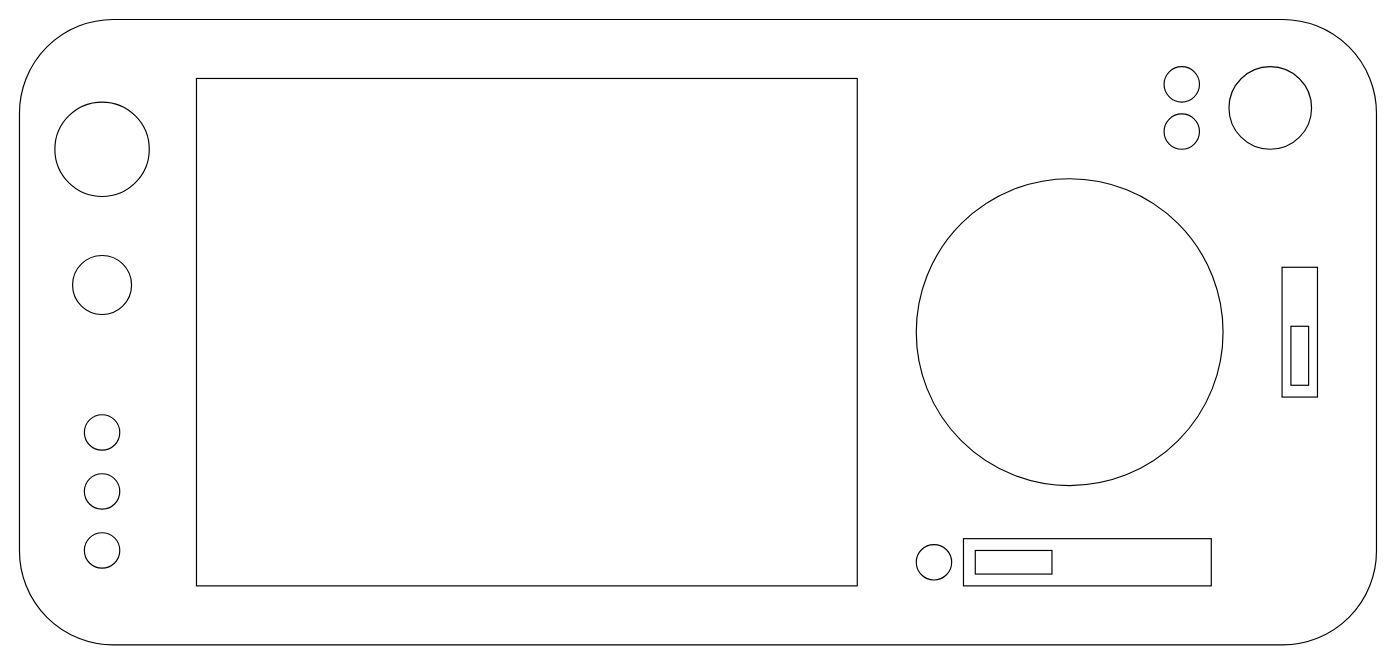
Before: Hardware/Requirements/FSE Device Sketch.drawio in memphis242/FrequencySensorEmulator, a draw.io diagram. Source tidied: cells renumbered, new cells numbered last; positions are measured from the earlier drawing's top-left corner, leaving out a move shared by most shapes. Both pictures are drawn from the tidied source at 118%, with x=0, y=0 at pixel (19, 19).
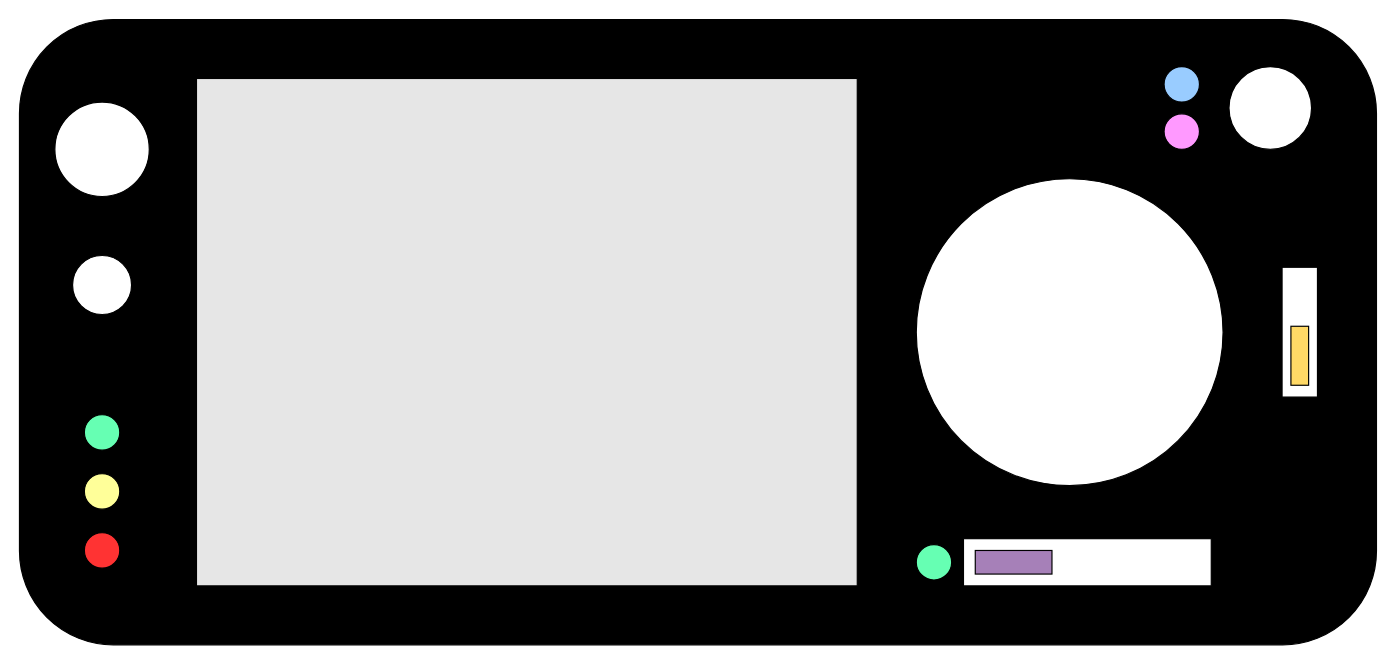
The same page after the edit.

Commit message:
Add some colors to sketch

Unchanged cells that the change refers to:
```xml
<mxCell id="7" style="group;" parent="1" vertex="1">
  <mxGeometry x="1070" y="210" width="30" height="110" as="geometry" />
</mxCell>
<mxCell id="10" style="group;" parent="1" vertex="1">
  <mxGeometry x="760" y="440" width="250" height="40" as="geometry" />
</mxCell>
<mxCell id="14" style="group;" parent="1" vertex="1">
  <mxGeometry x="970" y="40" width="125" height="70" as="geometry" />
</mxCell>
<mxCell id="18" style="group;" parent="1" vertex="1">
  <mxGeometry x="55" y="335" width="30" height="130" as="geometry" />
</mxCell>
```

Change to the diagram source:
```diff
@@
-    <mxCell id="2" style="rounded=1;whiteSpace=wrap;html=1;" parent="1" vertex="1">
+    <mxCell id="2" style="rounded=1;whiteSpace=wrap;html=1;fillColor=#000000;" parent="1" vertex="1">
       <mxGeometry width="1150" height="530" as="geometry" />
     </mxCell>
-    <mxCell id="3" style="rounded=0;whiteSpace=wrap;html=1;" parent="1" vertex="1">
+    <mxCell id="3" style="rounded=0;whiteSpace=wrap;html=1;fillColor=#E6E6E6;" parent="1" vertex="1">
       <mxGeometry x="150" y="50" width="560" height="430" as="geometry" />
     </mxCell>
@@
-    <mxCell id="9" style="rounded=0;whiteSpace=wrap;html=1;" parent="7" vertex="1">
+    <mxCell id="9" style="rounded=0;whiteSpace=wrap;html=1;fillColor=#FFD966;" parent="7" vertex="1">
       <mxGeometry x="7.5" y="50" width="15" height="50" as="geometry" />
     </mxCell>
@@
-    <mxCell id="12" style="rounded=0;whiteSpace=wrap;html=1;" parent="10" vertex="1">
+    <mxCell id="12" style="rounded=0;whiteSpace=wrap;html=1;fillColor=#A680B8;" parent="10" vertex="1">
       <mxGeometry x="50" y="10" width="65" height="20" as="geometry" />
     </mxCell>
-    <mxCell id="13" style="ellipse;whiteSpace=wrap;html=1;" parent="10" vertex="1">
+    <mxCell id="13" style="ellipse;whiteSpace=wrap;html=1;fillColor=#66FFB3;" parent="10" vertex="1">
       <mxGeometry y="5" width="30" height="30" as="geometry" />
     </mxCell>
@@
-    <mxCell id="16" style="ellipse;whiteSpace=wrap;html=1;" parent="14" vertex="1">
+    <mxCell id="16" style="ellipse;whiteSpace=wrap;html=1;fillColor=#99CCFF;" parent="14" vertex="1">
       <mxGeometry width="30" height="30" as="geometry" />
     </mxCell>
-    <mxCell id="17" style="ellipse;whiteSpace=wrap;html=1;" parent="14" vertex="1">
+    <mxCell id="17" style="ellipse;whiteSpace=wrap;html=1;fillColor=#FF99FF;" parent="14" vertex="1">
       <mxGeometry y="40" width="30" height="30" as="geometry" />
     </mxCell>
@@
-    <mxCell id="19" style="ellipse;whiteSpace=wrap;html=1;" parent="18" vertex="1">
+    <mxCell id="19" style="ellipse;whiteSpace=wrap;html=1;fillColor=#66FFB3;" parent="18" vertex="1">
       <mxGeometry width="30" height="30" as="geometry" />
     </mxCell>
-    <mxCell id="20" style="ellipse;whiteSpace=wrap;html=1;" parent="18" vertex="1">
+    <mxCell id="20" style="ellipse;whiteSpace=wrap;html=1;fillColor=#FFFF99;" parent="18" vertex="1">
       <mxGeometry y="50" width="30" height="30" as="geometry" />
     </mxCell>
-    <mxCell id="21" style="ellipse;whiteSpace=wrap;html=1;" parent="18" vertex="1">
+    <mxCell id="21" style="ellipse;whiteSpace=wrap;html=1;fillColor=#FF3333;" parent="18" vertex="1">
       <mxGeometry y="100" width="30" height="30" as="geometry" />
     </mxCell>
```
